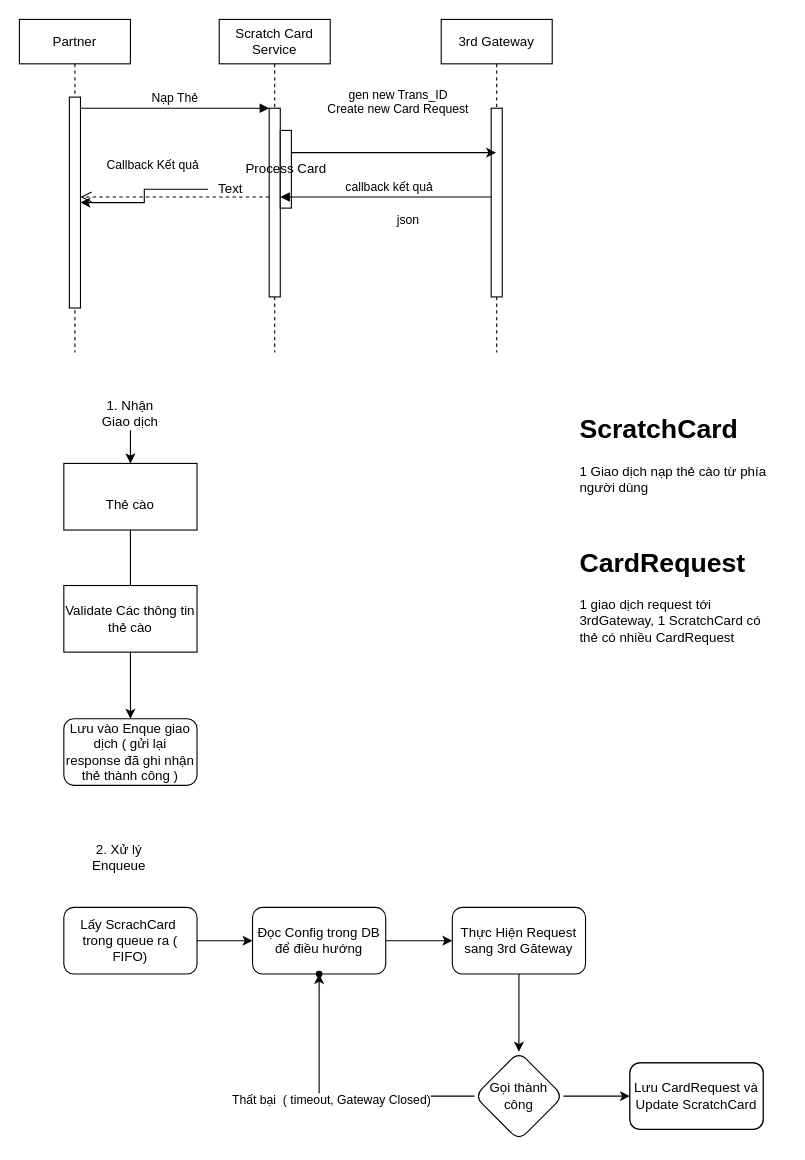
The draw.io diagram scratct_card_flow.drawio in bachdev/diagram, before the edit. Source tidied: cells renumbered, new cells numbered last; positions are measured from the earlier drawing's top-left corner, leaving out a move shared by most shapes. Both pictures are drawn from the tidied source at 111%, with x=0, y=0 at pixel (19, 19).
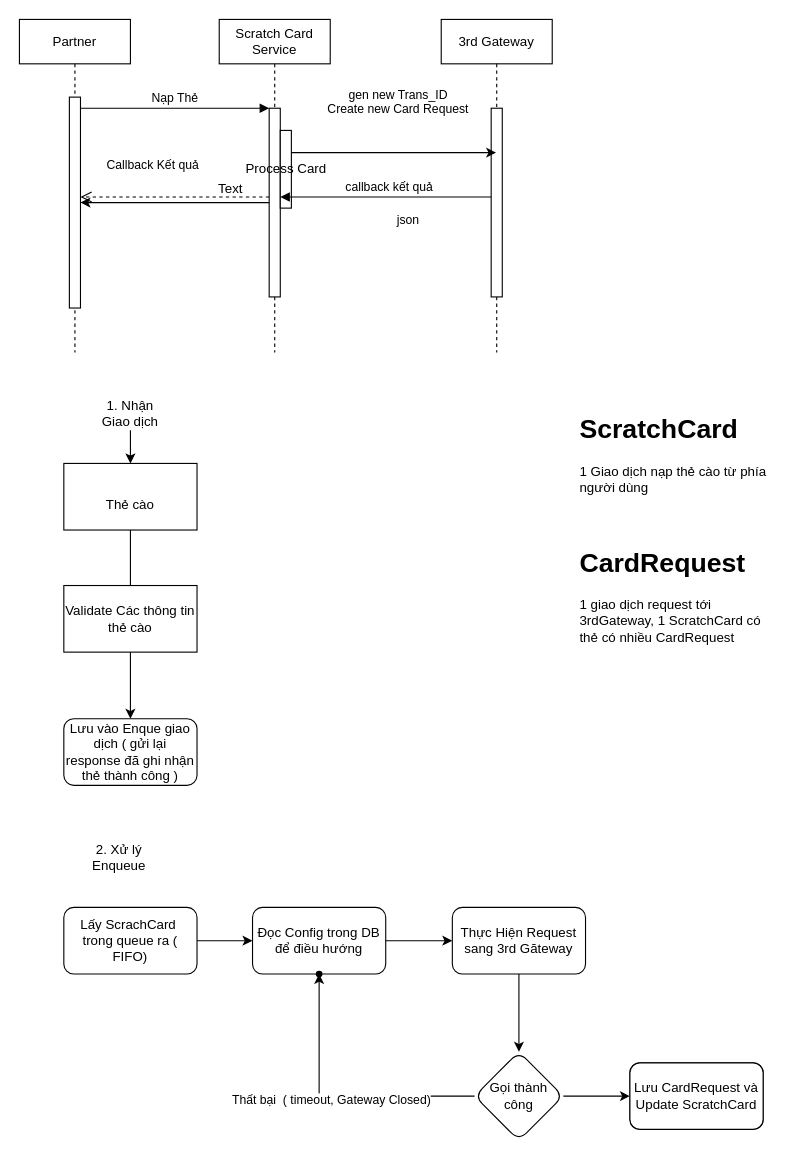
The same diagram, later.

The change refers to these unchanged cells:
```xml
<mxCell id="3" style="html=1;points=[];perimeter=orthogonalPerimeter;outlineConnect=0;targetShapes=umlLifeline;portConstraint=eastwest;newEdgeStyle={&quot;edgeStyle&quot;:&quot;elbowEdgeStyle&quot;,&quot;elbow&quot;:&quot;vertical&quot;,&quot;curved&quot;:0,&quot;rounded&quot;:0};" parent="2" vertex="1">
  <mxGeometry x="45" y="70" width="10" height="190" as="geometry" />
</mxCell>
<mxCell id="5" style="html=1;points=[];perimeter=orthogonalPerimeter;outlineConnect=0;targetShapes=umlLifeline;portConstraint=eastwest;newEdgeStyle={&quot;edgeStyle&quot;:&quot;elbowEdgeStyle&quot;,&quot;elbow&quot;:&quot;vertical&quot;,&quot;curved&quot;:0,&quot;rounded&quot;:0};" parent="4" vertex="1">
  <mxGeometry x="45" y="80" width="10" height="170" as="geometry" />
</mxCell>
<mxCell id="38" value="Text" style="text;html=1;align=center;verticalAlign=middle;points=[];strokeColor=none;fillColor=none;" parent="1" vertex="1">
  <mxGeometry x="170" y="138" width="40" height="30" as="geometry" />
</mxCell>
```

What changed in the source:
```diff
@@
-    <mxCell id="37" style="edgeStyle=orthogonalEdgeStyle;rounded=0;jettySize=auto;html=1;" parent="1" edge="1" source="38" target="3">
+    <mxCell id="37" style="edgeStyle=orthogonalEdgeStyle;rounded=0;jettySize=auto;html=1;" parent="1" edge="1" source="5" target="3">
       <mxGeometry relative="1" as="geometry" />
     </mxCell>
```
